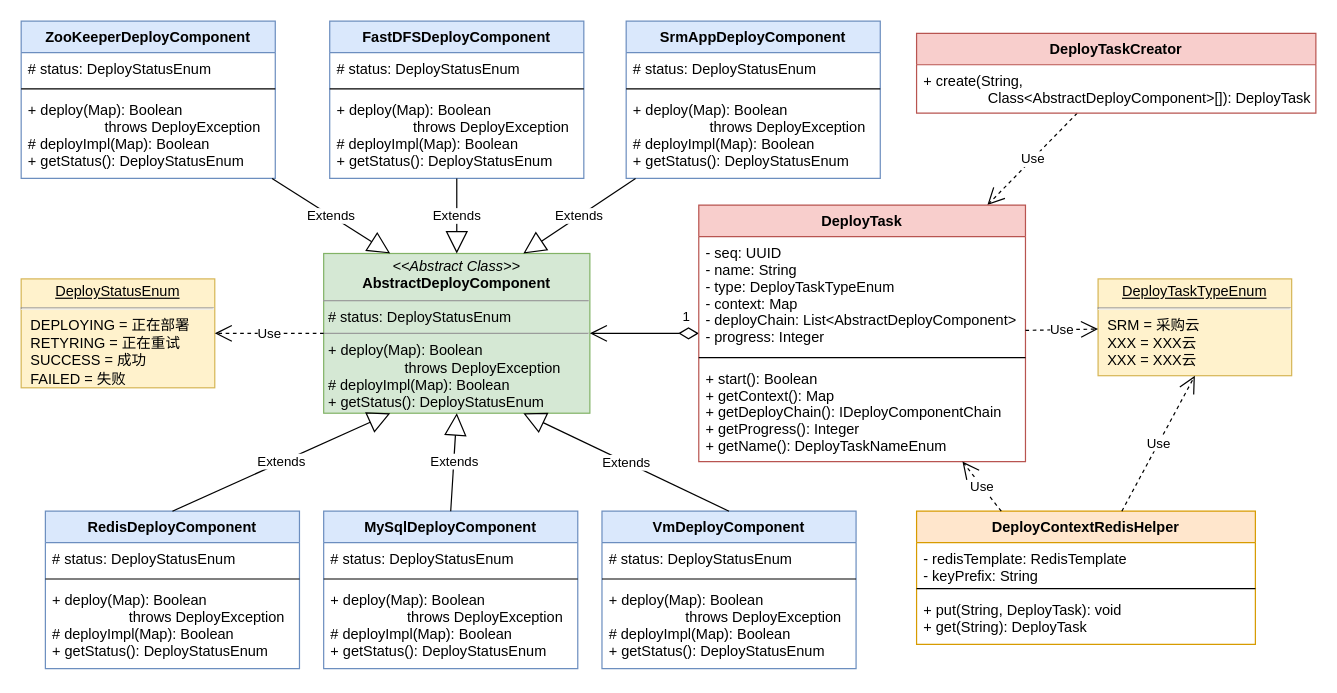
iceAcmen/myDesign keeps this draw.io diagram as page "类图" (1 of 3) of SAAS自动部署.drawio. Above is the earlier version. Source tidied: cells renumbered, new cells numbered last; positions are measured from the earlier drawing's top-left corner, leaving out a move shared by most shapes. Both pictures are drawn from the tidied source at 121%, with x=0, y=0 at pixel (21, 21).
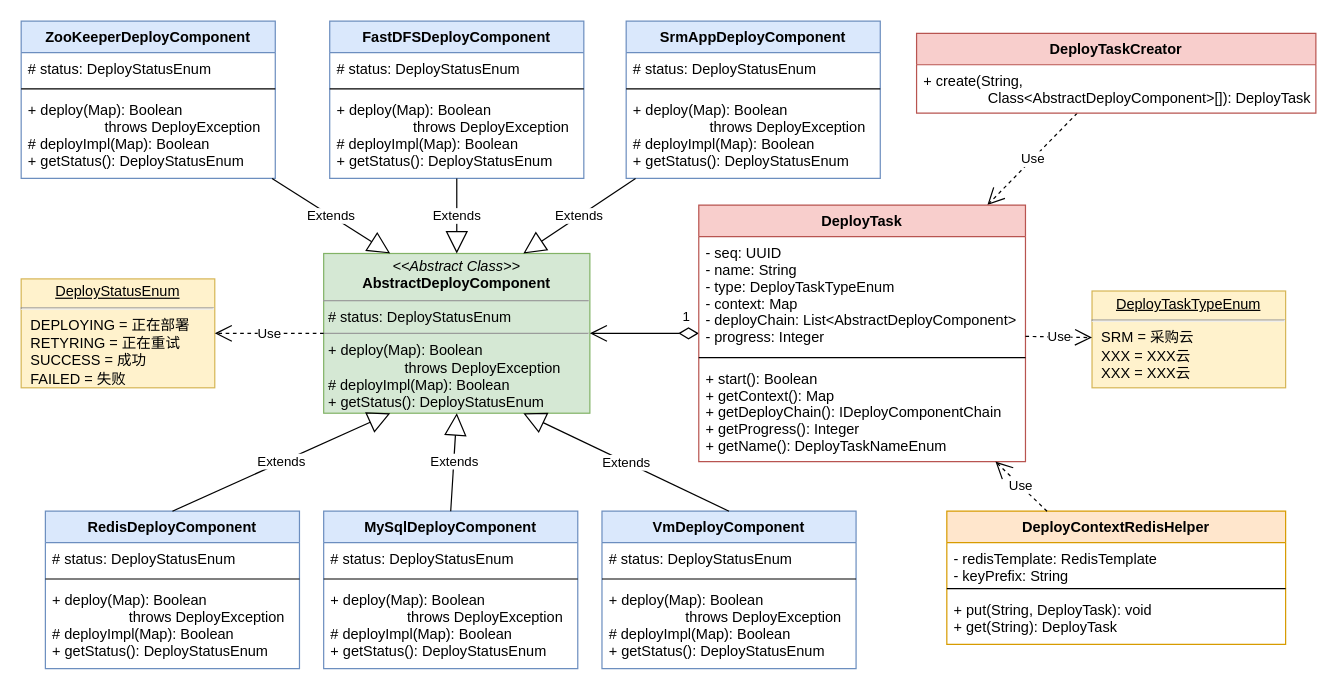
The same page after the edit.

The change refers to these unchanged cells:
```xml
<mxCell id="10" value="DeployTask" style="swimlane;fontStyle=1;align=center;verticalAlign=top;horizontal=1;startSize=26;fillColor=#f8cecc;strokeColor=#b85450;" parent="1" vertex="1">
  <mxGeometry x="560" y="152" width="270" height="212" as="geometry" />
</mxCell>
```

Diff of the diagram source:
```diff
@@
     <mxCell id="16" value="DeployContextRedisHelper" style="swimlane;fontStyle=1;align=center;verticalAlign=top;horizontal=1;startSize=26;fillColor=#ffe6cc;strokeColor=#d79b00;" parent="1" vertex="1">
-      <mxGeometry x="740" y="405" width="280" height="110" as="geometry" />
+      <mxGeometry x="765" y="405" width="280" height="110" as="geometry" />
     </mxCell>
@@
     <mxCell id="20" value="&lt;p style=&quot;margin: 0px ; margin-top: 4px ; text-align: center ; text-decoration: underline&quot;&gt;&lt;span style=&quot;text-align: left&quot;&gt;DeployTaskTypeEnum&lt;/span&gt;&lt;br&gt;&lt;/p&gt;&lt;hr&gt;&lt;p style=&quot;margin: 0px ; margin-left: 8px&quot;&gt;SRM =&amp;nbsp;采购云&lt;br&gt;&lt;/p&gt;&lt;p style=&quot;margin: 0px ; margin-left: 8px&quot;&gt;XXX = XXX云&lt;/p&gt;&lt;p style=&quot;margin: 0px ; margin-left: 8px&quot;&gt;XXX = XXX云&lt;br&gt;&lt;/p&gt;" style="verticalAlign=top;align=left;overflow=fill;fontSize=12;fontFamily=Helvetica;html=1;fillColor=#fff2cc;strokeColor=#d6b656;" parent="1" vertex="1">
-      <mxGeometry x="890" y="213" width="160" height="80" as="geometry" />
+      <mxGeometry x="885" y="223" width="160" height="80" as="geometry" />
     </mxCell>
@@
-    <mxCell id="22" value="Use" style="endArrow=open;endSize=12;dashed=1;html=1;fontColor=#000000;entryX=0.5;entryY=1;entryDx=0;entryDy=0;" parent="1" edge="1" source="16" target="20">
-      <mxGeometry relative="1" as="geometry" />
-    </mxCell>
@@
-    <mxCell id="48" value="Use" style="endArrow=open;endSize=12;dashed=1;html=1;fontColor=#000000;exitX=0.25;exitY=0;exitDx=0;exitDy=0;" parent="1" edge="1" source="16" target="10">
+    <mxCell id="48" value="Use" style="endArrow=open;endSize=12;dashed=1;html=1;fontColor=#000000;" parent="1" edge="1" source="16" target="10">
       <mxGeometry relative="1" as="geometry" />
     </mxCell>
```
